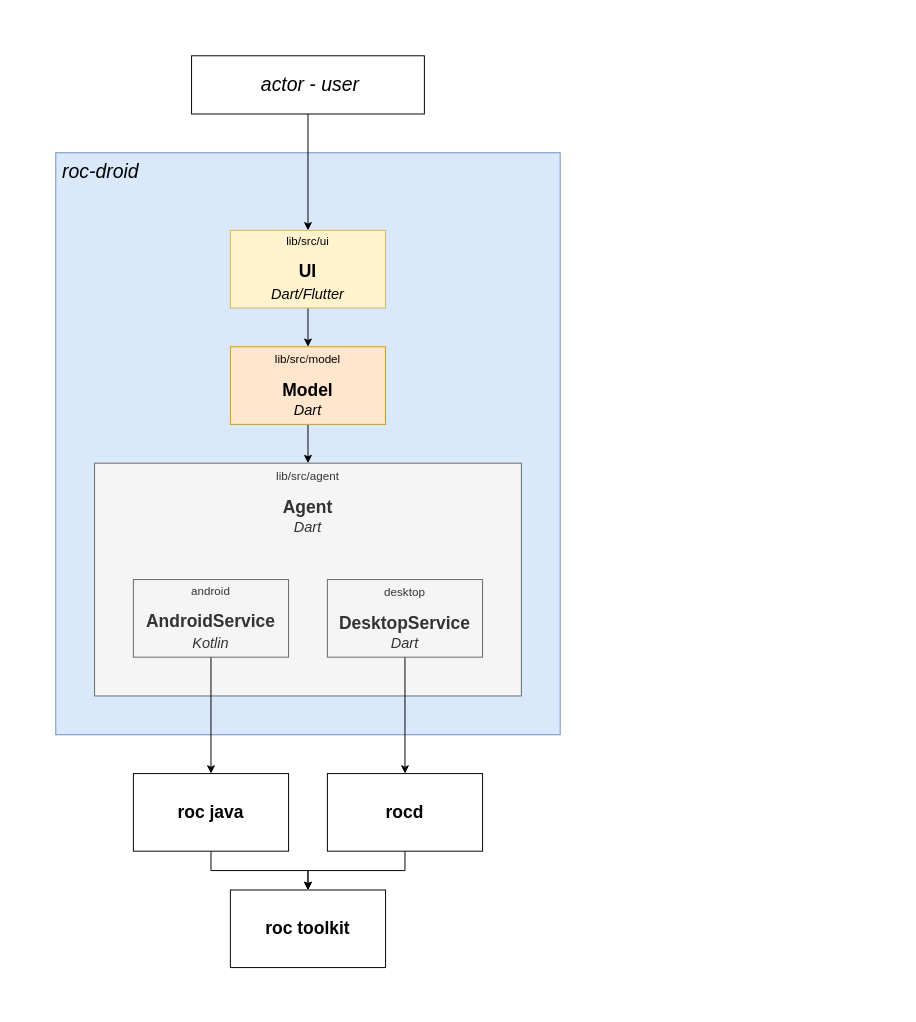
Earlier version of the draw.io diagram docs/diagrams/architecture.drawio (roc-streaming/roc-droid). Source tidied: cells renumbered, new cells numbered last; positions are measured from the earlier drawing's top-left corner, leaving out a move shared by most shapes. Both pictures are drawn from the tidied source at 97%, with x=0, y=0 at pixel (16, 16).
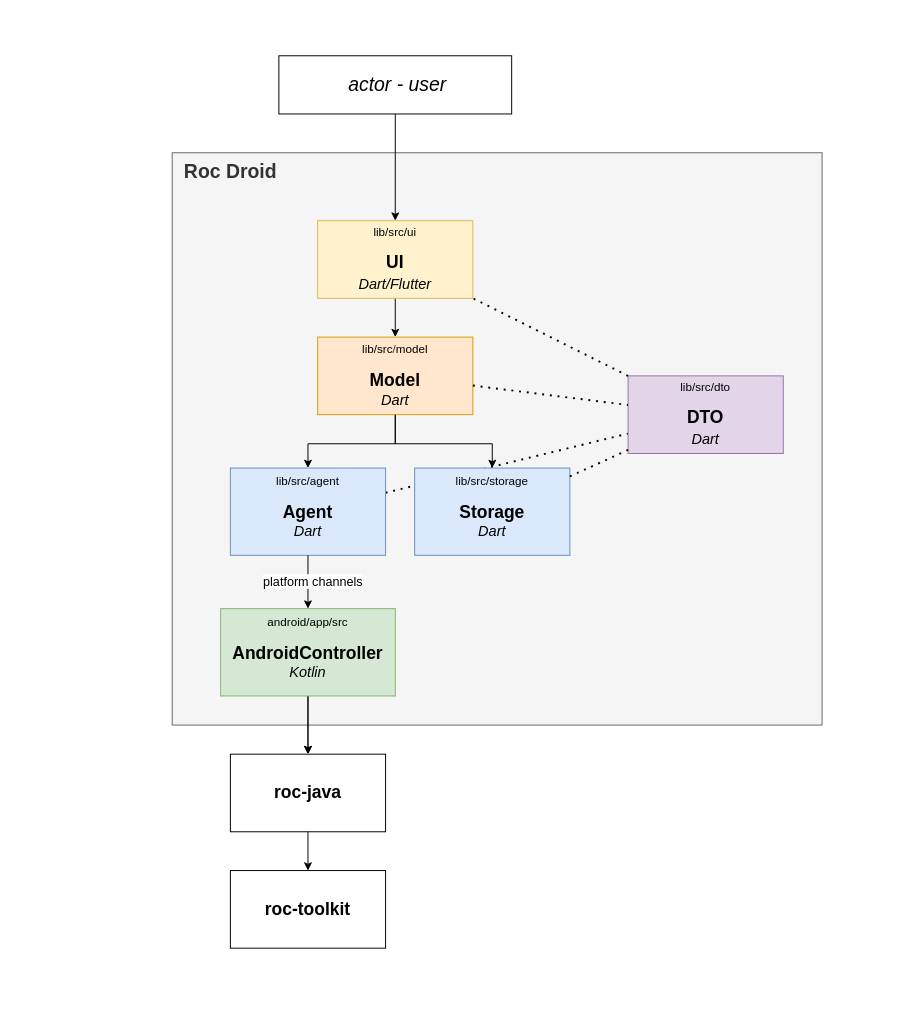
The same page after the edit.

The edit, as a diff of the source:
```diff
@@
     <mxCell id="2" style="rounded=0;whiteSpace=wrap;html=1;strokeColor=none;" parent="1" vertex="1">
-      <mxGeometry width="600" height="1020" as="geometry" />
+      <mxGeometry x="80" width="830" height="1000" as="geometry" />
     </mxCell>
-    <mxCell id="3" value="&lt;font style=&quot;font-size: 20px;&quot;&gt;roc-droid&lt;/font&gt;" style="rounded=0;whiteSpace=wrap;html=1;align=left;horizontal=1;verticalAlign=top;fontSize=17;fontStyle=2;spacingLeft=5;fillColor=#dae8fc;strokeColor=#6c8ebf;" parent="1" vertex="1">
-      <mxGeometry x="40" y="140" width="520" height="600" as="geometry" />
+    <mxCell id="3" value="&lt;span style=&quot;font-size: 20px;&quot;&gt;&lt;b&gt;&amp;nbsp;Roc Droid&lt;/b&gt;&lt;/span&gt;" style="rounded=0;whiteSpace=wrap;html=1;align=left;horizontal=1;verticalAlign=top;fontSize=17;fontStyle=0;spacingLeft=5;fillColor=#f5f5f5;strokeColor=#666666;fontColor=#333333;" parent="1" vertex="1">
+      <mxGeometry x="160" y="140" width="670" height="590" as="geometry" />
     </mxCell>
-    <mxCell id="4" style="edgeStyle=orthogonalEdgeStyle;rounded=0;jettySize=auto;html=1;" parent="1" edge="1" source="5" target="9">
-      <mxGeometry relative="1" as="geometry">
-        <Array as="points">
-          <mxPoint x="300" y="130" />
-          <mxPoint x="300" y="130" />
-        </Array>
-      </mxGeometry>
-    </mxCell>
+    <mxCell id="20" style="endArrow=none;dashed=1;html=1;dashPattern=1 3;strokeWidth=2;rounded=0;" parent="1" edge="1" source="10" target="30">
+      <mxGeometry relative="1" as="geometry" />
+    </mxCell>
     <mxCell id="5" value="&lt;font style=&quot;font-size: 20px;&quot;&gt;actor - user&lt;/font&gt;" style="rounded=0;whiteSpace=wrap;html=1;align=center;horizontal=1;verticalAlign=middle;fontSize=17;fontStyle=2;spacingLeft=5;" parent="1" vertex="1">
-      <mxGeometry x="180" y="40" width="240" height="60" as="geometry" />
+      <mxGeometry x="270" y="40" width="240" height="60" as="geometry" />
     </mxCell>
     <mxCell id="6" style="edgeStyle=orthogonalEdgeStyle;rounded=0;jettySize=auto;html=1;" parent="1" edge="1" source="7" target="10">
-      <mxGeometry relative="1" as="geometry" />
+      <mxGeometry relative="1" as="geometry">
+        <Array as="points">
+          <mxPoint x="390" y="440" />
+          <mxPoint x="300" y="440" />
+        </Array>
+      </mxGeometry>
     </mxCell>
     <mxCell id="7" value="lib/src&lt;span style=&quot;color: rgb(51, 51, 51);&quot;&gt;/&lt;/span&gt;model&lt;br&gt;&lt;br&gt;&lt;font style=&quot;&quot;&gt;&lt;b style=&quot;font-size: 18px;&quot;&gt;Model&lt;/b&gt;&lt;br&gt;&lt;font size=&quot;1&quot; style=&quot;&quot;&gt;&lt;i style=&quot;font-size: 15px;&quot;&gt;Dart&lt;/i&gt;&lt;/font&gt;&lt;br&gt;&lt;/font&gt;" style="html=1;whiteSpace=wrap;fillColor=#ffe6cc;strokeColor=#d79b00;" parent="1" vertex="1">
-      <mxGeometry x="220" y="340" width="160" height="80" as="geometry" />
+      <mxGeometry x="310" y="330" width="160" height="80" as="geometry" />
     </mxCell>
@@
     <mxCell id="9" value="lib/src/ui&lt;br&gt;&lt;br&gt;&lt;b&gt;&lt;font style=&quot;font-size: 18px;&quot;&gt;UI&lt;br&gt;&lt;/font&gt;&lt;/b&gt;&lt;i style=&quot;border-color: var(--border-color); font-size: 15px;&quot;&gt;Dart/Flutter&lt;/i&gt;&lt;b&gt;&lt;font style=&quot;font-size: 18px;&quot;&gt;&lt;br&gt;&lt;/font&gt;&lt;/b&gt;" style="html=1;whiteSpace=wrap;fillColor=#fff2cc;strokeColor=#d6b656;" parent="1" vertex="1">
-      <mxGeometry x="220" y="220" width="160" height="80" as="geometry" />
+      <mxGeometry x="310" y="210" width="160" height="80" as="geometry" />
     </mxCell>
-    <mxCell id="10" value="lib/src/agent&lt;br&gt;&lt;br&gt;&lt;font style=&quot;&quot;&gt;&lt;span style=&quot;font-size: 18px;&quot;&gt;&lt;b&gt;Agent&lt;/b&gt;&lt;/span&gt;&lt;br&gt;&lt;font size=&quot;1&quot; style=&quot;&quot;&gt;&lt;i style=&quot;font-size: 15px;&quot;&gt;Dart&lt;/i&gt;&lt;/font&gt;&lt;br&gt;&lt;/font&gt;" style="html=1;whiteSpace=wrap;fillColor=#f5f5f5;strokeColor=#666666;fontColor=#333333;verticalAlign=top;" parent="1" vertex="1">
-      <mxGeometry x="80" y="460" width="440" height="240" as="geometry" />
+    <mxCell id="10" value="lib/src/agent&lt;br&gt;&lt;br&gt;&lt;font style=&quot;&quot;&gt;&lt;span style=&quot;font-size: 18px;&quot;&gt;&lt;b&gt;Agent&lt;/b&gt;&lt;/span&gt;&lt;br&gt;&lt;font size=&quot;1&quot; style=&quot;&quot;&gt;&lt;i style=&quot;font-size: 15px;&quot;&gt;Dart&lt;/i&gt;&lt;/font&gt;&lt;br&gt;&lt;/font&gt;" style="html=1;whiteSpace=wrap;fillColor=#dae8fc;strokeColor=#6c8ebf;verticalAlign=top;" parent="1" vertex="1">
+      <mxGeometry x="220" y="465" width="160" height="90" as="geometry" />
     </mxCell>
-    <mxCell id="11" style="edgeStyle=orthogonalEdgeStyle;rounded=0;jettySize=auto;html=1;" parent="1" edge="1" source="12" target="16">
-      <mxGeometry relative="1" as="geometry" />
-    </mxCell>
-    <mxCell id="12" value="android&lt;br&gt;&lt;br&gt;&lt;b&gt;&lt;font style=&quot;font-size: 18px;&quot;&gt;AndroidService&lt;br&gt;&lt;/font&gt;&lt;/b&gt;&lt;i style=&quot;border-color: var(--border-color); font-size: 15px;&quot;&gt;Kotlin&lt;/i&gt;&lt;b&gt;&lt;font style=&quot;font-size: 18px;&quot;&gt;&lt;br&gt;&lt;/font&gt;&lt;/b&gt;" style="html=1;whiteSpace=wrap;fillColor=#f5f5f5;strokeColor=#666666;fontColor=#333333;" parent="1" vertex="1">
-      <mxGeometry x="120" y="580" width="160" height="80" as="geometry" />
-    </mxCell>
-    <mxCell id="13" style="edgeStyle=orthogonalEdgeStyle;rounded=0;jettySize=auto;html=1;" parent="1" edge="1" source="14" target="18">
-      <mxGeometry relative="1" as="geometry" />
-    </mxCell>
-    <mxCell id="14" value="desktop&lt;br&gt;&lt;br&gt;&lt;b&gt;&lt;font style=&quot;font-size: 18px;&quot;&gt;DesktopService&lt;br&gt;&lt;/font&gt;&lt;/b&gt;&lt;font style=&quot;font-size: 15px;&quot;&gt;&lt;i style=&quot;&quot;&gt;Dart&lt;/i&gt;&lt;/font&gt;" style="html=1;whiteSpace=wrap;fillColor=#f5f5f5;strokeColor=#666666;fontColor=#333333;" parent="1" vertex="1">
-      <mxGeometry x="320" y="580" width="160" height="80" as="geometry" />
-    </mxCell>
-    <mxCell id="15" style="edgeStyle=orthogonalEdgeStyle;rounded=0;jettySize=auto;html=1;" parent="1" edge="1" source="16" target="19">
-      <mxGeometry relative="1" as="geometry" />
-    </mxCell>
-    <mxCell id="16" value="&lt;font style=&quot;&quot;&gt;&lt;b&gt;&lt;font style=&quot;font-size: 18px;&quot;&gt;roc java&lt;/font&gt;&lt;/b&gt;&lt;br&gt;&lt;/font&gt;" style="html=1;whiteSpace=wrap;" parent="1" vertex="1">
-      <mxGeometry x="120" y="780" width="160" height="80" as="geometry" />
-    </mxCell>
-    <mxCell id="17" style="edgeStyle=orthogonalEdgeStyle;rounded=0;jettySize=auto;html=1;" parent="1" edge="1" source="18" target="19">
-      <mxGeometry relative="1" as="geometry" />
-    </mxCell>
-    <mxCell id="18" value="&lt;font style=&quot;&quot;&gt;&lt;b&gt;&lt;font style=&quot;font-size: 18px;&quot;&gt;rocd&lt;/font&gt;&lt;/b&gt;&lt;br&gt;&lt;/font&gt;" style="html=1;whiteSpace=wrap;" parent="1" vertex="1">
-      <mxGeometry x="320" y="780" width="160" height="80" as="geometry" />
-    </mxCell>
-    <mxCell id="19" value="&lt;font style=&quot;&quot;&gt;&lt;span style=&quot;font-size: 18px;&quot;&gt;&lt;b&gt;roc toolkit&lt;/b&gt;&lt;/span&gt;&lt;br&gt;&lt;/font&gt;" style="html=1;whiteSpace=wrap;" parent="1" vertex="1">
-      <mxGeometry x="220" y="900" width="160" height="80" as="geometry" />
+    <mxCell id="19" value="&lt;font style=&quot;&quot;&gt;&lt;span style=&quot;font-size: 18px;&quot;&gt;&lt;b&gt;roc-toolkit&lt;/b&gt;&lt;/span&gt;&lt;br&gt;&lt;/font&gt;" style="html=1;whiteSpace=wrap;" parent="1" vertex="1">
+      <mxGeometry x="220" y="880" width="160" height="80" as="geometry" />
     </mxCell>
+    <mxCell id="21" value="lib/src/storage&lt;br&gt;&lt;br&gt;&lt;font style=&quot;&quot;&gt;&lt;span style=&quot;font-size: 18px;&quot;&gt;&lt;b&gt;Storage&lt;/b&gt;&lt;/span&gt;&lt;br&gt;&lt;font size=&quot;1&quot; style=&quot;&quot;&gt;&lt;i style=&quot;font-size: 15px;&quot;&gt;Dart&lt;/i&gt;&lt;/font&gt;&lt;br&gt;&lt;/font&gt;" style="html=1;whiteSpace=wrap;fillColor=#dae8fc;strokeColor=#6c8ebf;verticalAlign=top;" parent="1" vertex="1">
+      <mxGeometry x="410" y="465" width="160" height="90" as="geometry" />
+    </mxCell>
+    <mxCell id="22" style="endArrow=classic;html=1;rounded=0;entryX=0.5;entryY=0;entryDx=0;entryDy=0;" parent="1" edge="1" source="7" target="21">
+      <mxGeometry relative="1" as="geometry">
+        <Array as="points">
+          <mxPoint x="390" y="440" />
+          <mxPoint x="490" y="440" />
+        </Array>
+      </mxGeometry>
+    </mxCell>
+    <mxCell id="4" style="endArrow=classic;html=1;rounded=0;" parent="1" edge="1" source="5" target="9">
+      <mxGeometry relative="1" as="geometry" />
+    </mxCell>
+    <mxCell id="23" value="&lt;font style=&quot;&quot;&gt;&lt;span style=&quot;font-size: 18px;&quot;&gt;&lt;b&gt;roc-java&lt;/b&gt;&lt;/span&gt;&lt;br&gt;&lt;/font&gt;" style="html=1;whiteSpace=wrap;" parent="1" vertex="1">
+      <mxGeometry x="220" y="760" width="160" height="80" as="geometry" />
+    </mxCell>
+    <mxCell id="24" style="endArrow=classic;html=1;rounded=0;" parent="1" edge="1" source="10" target="29">
+      <mxGeometry relative="1" as="geometry" />
+    </mxCell>
+    <mxCell id="25" value="platform channels" style="edgeLabel;html=1;align=center;verticalAlign=middle;fontSize=13;" parent="24" vertex="1">
+      <mxGeometry x="-0.06" y="4" relative="1" as="geometry" />
+    </mxCell>
+    <mxCell id="26" style="endArrow=classic;html=1;rounded=0;" parent="1" edge="1" target="23">
+      <mxGeometry relative="1" as="geometry">
+        <mxPoint x="300" y="690" as="sourcePoint" />
+      </mxGeometry>
+    </mxCell>
+    <mxCell id="27" style="endArrow=classic;html=1;rounded=0;" parent="1" edge="1" source="23" target="19">
+      <mxGeometry relative="1" as="geometry" />
+    </mxCell>
+    <mxCell id="28" style="edgeStyle=orthogonalEdgeStyle;rounded=0;jettySize=auto;html=1;" parent="1" edge="1" source="29" target="23">
+      <mxGeometry relative="1" as="geometry" />
+    </mxCell>
+    <mxCell id="29" value="android/app/src&lt;br&gt;&lt;br&gt;&lt;font style=&quot;&quot;&gt;&lt;span style=&quot;font-size: 18px;&quot;&gt;&lt;b&gt;AndroidController&lt;/b&gt;&lt;/span&gt;&lt;br&gt;&lt;font size=&quot;1&quot; style=&quot;&quot;&gt;&lt;i style=&quot;font-size: 15px;&quot;&gt;Kotlin&lt;/i&gt;&lt;/font&gt;&lt;br&gt;&lt;/font&gt;" style="html=1;whiteSpace=wrap;fillColor=#d5e8d4;strokeColor=#82b366;verticalAlign=top;" parent="1" vertex="1">
+      <mxGeometry x="210" y="610" width="180" height="90" as="geometry" />
+    </mxCell>
+    <mxCell id="30" value="lib/src/dto&lt;br&gt;&lt;br&gt;&lt;b&gt;&lt;font style=&quot;font-size: 18px;&quot;&gt;DTO&lt;br&gt;&lt;/font&gt;&lt;/b&gt;&lt;i style=&quot;border-color: var(--border-color); font-size: 15px;&quot;&gt;Dart&lt;/i&gt;&lt;b&gt;&lt;font style=&quot;font-size: 18px;&quot;&gt;&lt;br&gt;&lt;/font&gt;&lt;/b&gt;" style="html=1;whiteSpace=wrap;fillColor=#e1d5e7;strokeColor=#9673a6;" parent="1" vertex="1">
+      <mxGeometry x="630" y="370" width="160" height="80" as="geometry" />
+    </mxCell>
+    <mxCell id="31" style="endArrow=none;dashed=1;html=1;dashPattern=1 3;strokeWidth=2;rounded=0;" parent="1" edge="1" source="30" target="9">
+      <mxGeometry relative="1" as="geometry" />
+    </mxCell>
+    <mxCell id="32" style="endArrow=none;dashed=1;html=1;dashPattern=1 3;strokeWidth=2;rounded=0;" parent="1" edge="1" source="7" target="30">
+      <mxGeometry relative="1" as="geometry" />
+    </mxCell>
+    <mxCell id="33" style="endArrow=none;dashed=1;html=1;dashPattern=1 3;strokeWidth=2;rounded=0;" parent="1" edge="1" source="21" target="30">
+      <mxGeometry relative="1" as="geometry" />
+    </mxCell>
```
